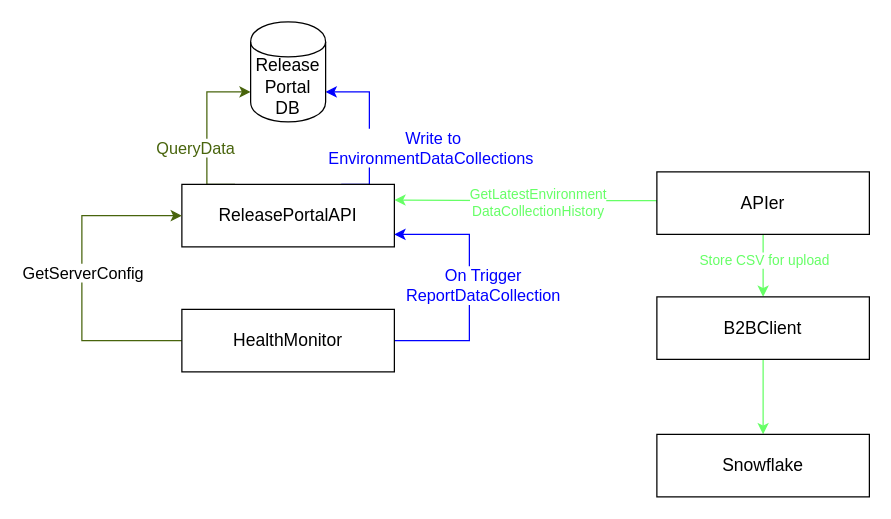
The draw.io diagram Release portal data collection.drawio in gbates-e2open/drawioFiles, before the edit. Source tidied: cells renumbered, new cells numbered last; positions are measured from the earlier drawing's top-left corner, leaving out a move shared by most shapes. Both pictures are drawn from the tidied source at 125%, with x=0, y=0 at pixel (81, 21).
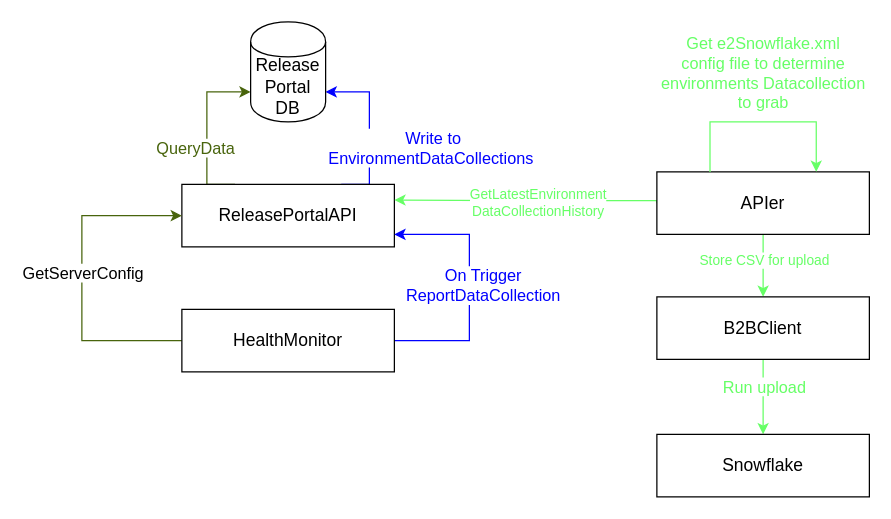
The same page after the edit.

Unchanged cells that the change refers to:
```xml
<mxCell id="17" value="APIer" style="html=1;whiteSpace=wrap;fontSize=14;" parent="1" vertex="1">
  <mxGeometry x="460" y="120" width="170" height="50" as="geometry" />
</mxCell>
<mxCell id="18" style="edgeStyle=orthogonalEdgeStyle;rounded=0;jettySize=auto;html=1;exitX=0.5;exitY=1;exitDx=0;exitDy=0;entryX=0.5;entryY=0;entryDx=0;entryDy=0;strokeColor=#66FF66;" parent="1" edge="1" source="19" target="20">
  <mxGeometry relative="1" as="geometry" />
</mxCell>
```

Diff of the diagram source:
```diff
@@
+    <mxCell id="21" value="&lt;font style=&quot;font-size: 13px; color: rgb(102, 255, 102);&quot;&gt;Run upload&lt;/font&gt;" style="edgeLabel;html=1;align=center;verticalAlign=middle;" parent="18" vertex="1">
+      <mxGeometry x="0.09" y="-2" relative="1" as="geometry">
+        <mxPoint x="2" y="-12" as="offset" />
+      </mxGeometry>
+    </mxCell>
@@
+    <mxCell id="22" style="edgeStyle=orthogonalEdgeStyle;rounded=0;orthogonalLoop=1;jettySize=auto;html=1;exitX=0.25;exitY=0;exitDx=0;exitDy=0;entryX=0.75;entryY=0;entryDx=0;entryDy=0;strokeColor=#66FF66;" parent="1" edge="1" source="17" target="17">
+      <mxGeometry relative="1" as="geometry">
+        <Array as="points">
+          <mxPoint x="503" y="80" />
+          <mxPoint x="587" y="80" />
+        </Array>
+      </mxGeometry>
+    </mxCell>
+    <mxCell id="23" value="&lt;font style=&quot;color: rgb(102, 255, 102); font-size: 13px;&quot;&gt;Get e2Snowflake.xml&lt;/font&gt;&lt;div&gt;&lt;font style=&quot;color: rgb(102, 255, 102); font-size: 13px;&quot;&gt;config file to determine&lt;/font&gt;&lt;/div&gt;&lt;div&gt;&lt;font style=&quot;color: rgb(102, 255, 102); font-size: 13px;&quot;&gt;environments Datacollection&lt;/font&gt;&lt;/div&gt;&lt;div&gt;&lt;font style=&quot;color: rgb(102, 255, 102); font-size: 13px;&quot;&gt;to grab&lt;/font&gt;&lt;/div&gt;" style="edgeLabel;html=1;align=center;verticalAlign=middle;" parent="22" vertex="1">
+      <mxGeometry x="-0.17" y="1" relative="1" as="geometry">
+        <mxPoint x="14" y="-39" as="offset" />
+      </mxGeometry>
+    </mxCell>
```
